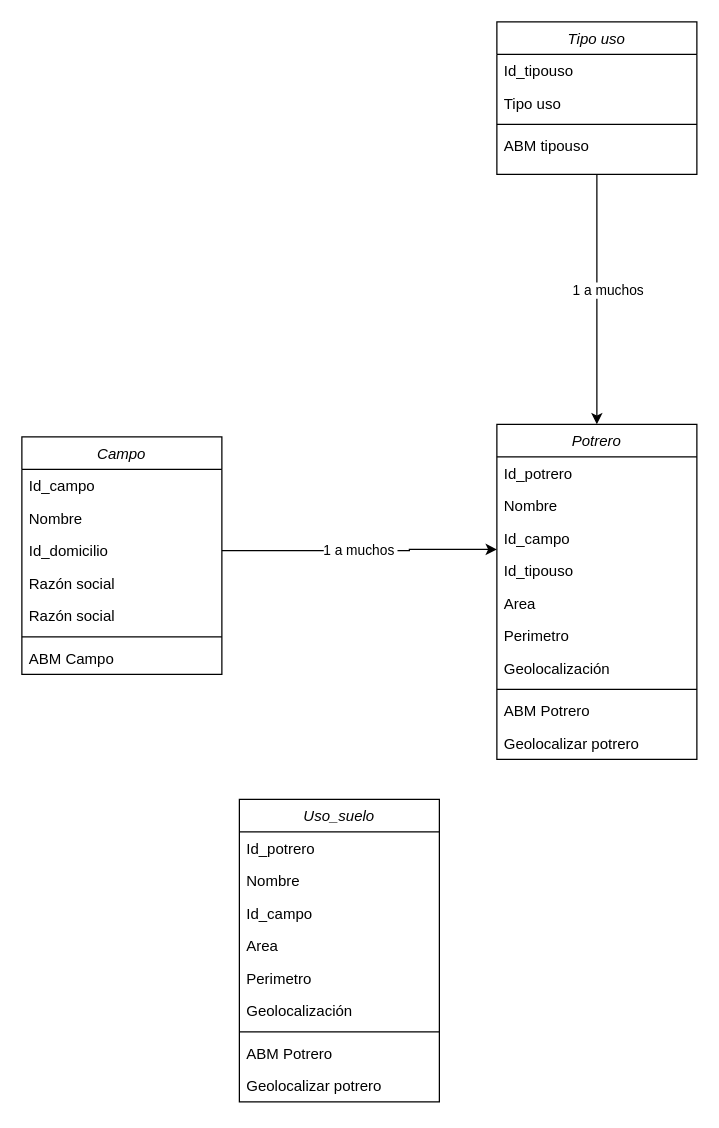
Earlier version of the draw.io diagram Uso de suelo.drawio (ibuscio/Machine-Learning). Source tidied: cells renumbered, new cells numbered last; positions are measured from the earlier drawing's top-left corner, leaving out a move shared by most shapes. Both pictures are drawn from the tidied source at 125%, with x=0, y=0 at pixel (21, 21).
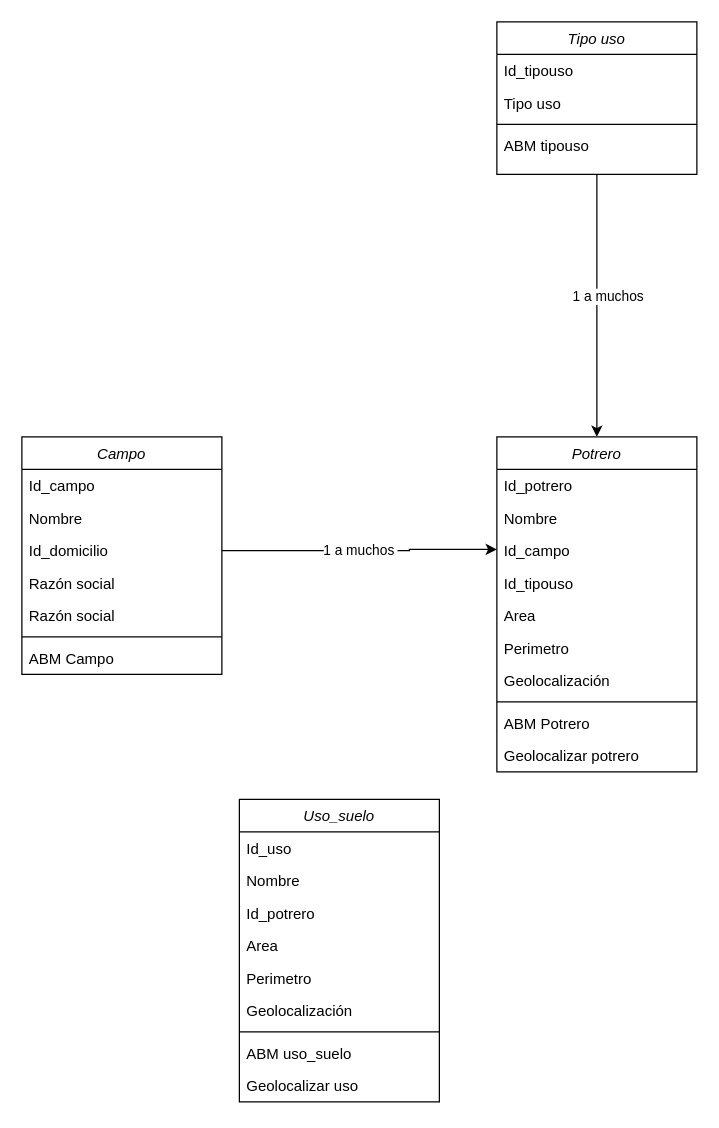
After the change.

Unchanged cells that the change refers to:
```xml
<mxCell id="22" value="Uso_suelo" style="swimlane;fontStyle=2;align=center;verticalAlign=top;horizontal=1;startSize=26;rounded=0;shadow=0;strokeWidth=1;" parent="1" vertex="1">
  <mxGeometry x="174" y="622" width="160" height="242" as="geometry" />
</mxCell>
```

The edit, as a diff of the source:
```diff
@@
     <mxCell id="10" value="Potrero" style="swimlane;fontStyle=2;align=center;verticalAlign=top;horizontal=1;startSize=26;rounded=0;shadow=0;strokeWidth=1;" parent="1" vertex="1">
-      <mxGeometry x="380" y="322" width="160" height="268" as="geometry" />
+      <mxGeometry x="380" y="332" width="160" height="268" as="geometry" />
     </mxCell>
@@
-    <mxCell id="23" value="Id_potrero" style="text;align=left;verticalAlign=top;spacingLeft=4;spacingRight=4;overflow=hidden;" parent="22" vertex="1">
+    <mxCell id="23" value="Id_uso" style="text;align=left;verticalAlign=top;spacingLeft=4;spacingRight=4;overflow=hidden;" parent="22" vertex="1">
       <mxGeometry y="26" width="160" height="26" as="geometry" />
     </mxCell>
@@
-    <mxCell id="25" value="Id_campo" style="text;align=left;verticalAlign=top;spacingLeft=4;spacingRight=4;overflow=hidden;rounded=0;shadow=0;html=0;" parent="22" vertex="1">
+    <mxCell id="25" value="Id_potrero" style="text;align=left;verticalAlign=top;spacingLeft=4;spacingRight=4;overflow=hidden;rounded=0;shadow=0;html=0;" parent="22" vertex="1">
       <mxGeometry y="78" width="160" height="26" as="geometry" />
     </mxCell>
@@
-    <mxCell id="30" value="ABM Potrero" style="text;align=left;verticalAlign=top;spacingLeft=4;spacingRight=4;overflow=hidden;" parent="22" vertex="1">
+    <mxCell id="30" value="ABM uso_suelo" style="text;align=left;verticalAlign=top;spacingLeft=4;spacingRight=4;overflow=hidden;" parent="22" vertex="1">
       <mxGeometry y="190" width="160" height="26" as="geometry" />
     </mxCell>
-    <mxCell id="31" value="Geolocalizar potrero" style="text;align=left;verticalAlign=top;spacingLeft=4;spacingRight=4;overflow=hidden;" parent="22" vertex="1">
+    <mxCell id="31" value="Geolocalizar uso" style="text;align=left;verticalAlign=top;spacingLeft=4;spacingRight=4;overflow=hidden;" parent="22" vertex="1">
       <mxGeometry y="216" width="160" height="26" as="geometry" />
     </mxCell>
```
